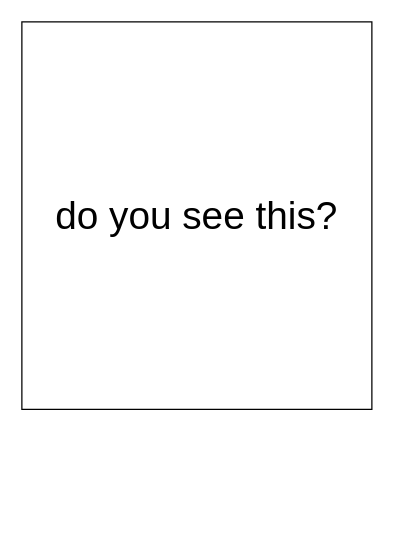
This is docs/packages/dt_autolab_aido_block_diagram.drawio from duckietown/dt-aido-autolab-evaluator, a draw.io file, before an edit. Source tidied: cells renumbered, new cells numbered last; positions are measured from the earlier drawing's top-left corner, leaving out a move shared by most shapes. Both pictures are drawn from the tidied source at 125%, with x=0, y=0 at pixel (21, 21).
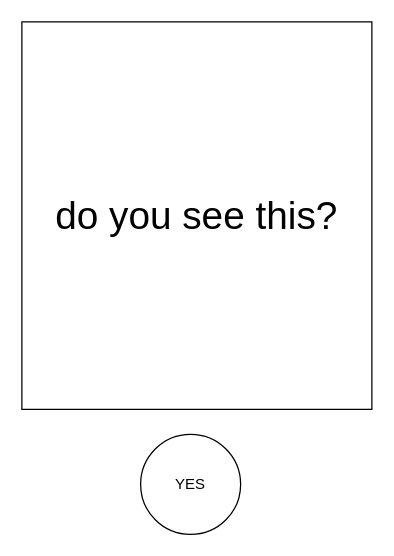
The same diagram, later.

Diff of the diagram source:
```diff
@@
 <mxGraphModel>
   <root>
     <mxCell id="0" />
     <mxCell id="1" parent="0" />
     <mxCell id="2" value="do you see this?" style="rounded=0;whiteSpace=wrap;html=1;fontSize=31;" parent="1" vertex="1">
       <mxGeometry width="280" height="310" as="geometry" />
     </mxCell>
+    <mxCell id="3" value="YES" style="ellipse;whiteSpace=wrap;html=1;" parent="1" vertex="1">
+      <mxGeometry x="95" y="330" width="80" height="80" as="geometry" />
+    </mxCell>
   </root>
 </mxGraphModel>
```
